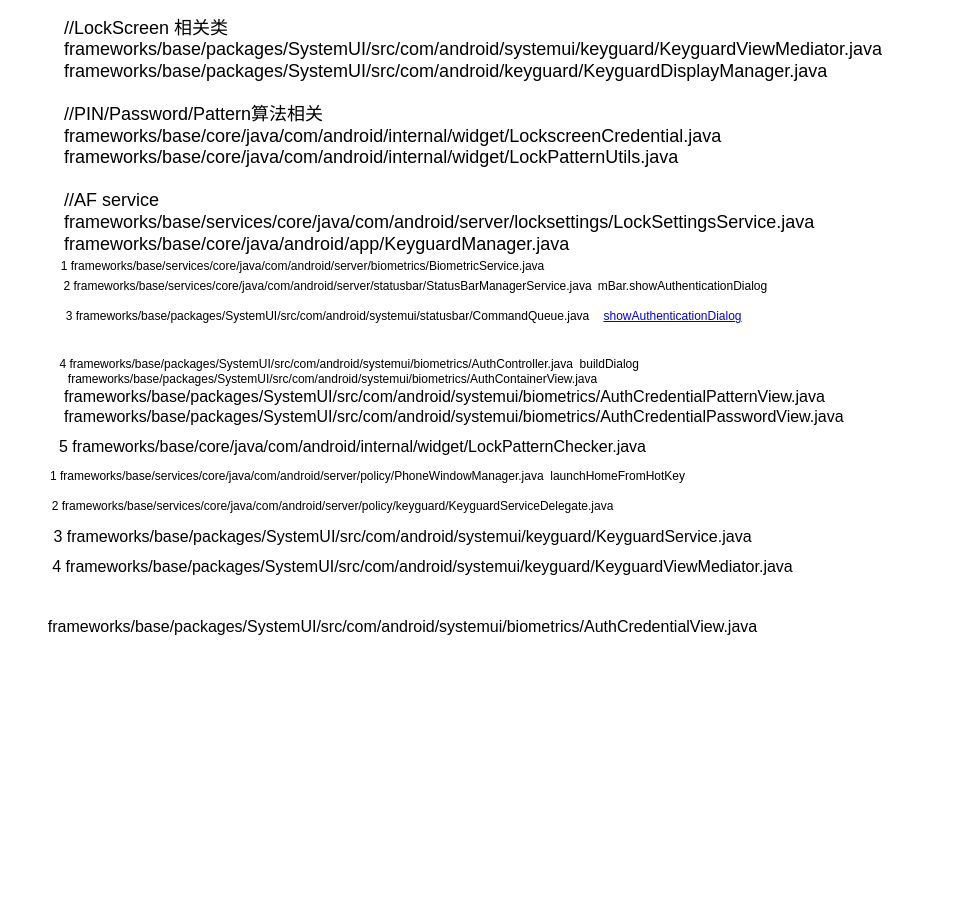
Above: page "Authentication" (4 of 14) of AF review.drawio in LBACK1912/chart (draw.io), before the change. Source tidied: cells renumbered, new cells numbered last; positions are measured from the earlier drawing's top-left corner, leaving out a move shared by most shapes. Both pictures are drawn from the tidied source at 100%, with x=0, y=0 at pixel (17, 56).
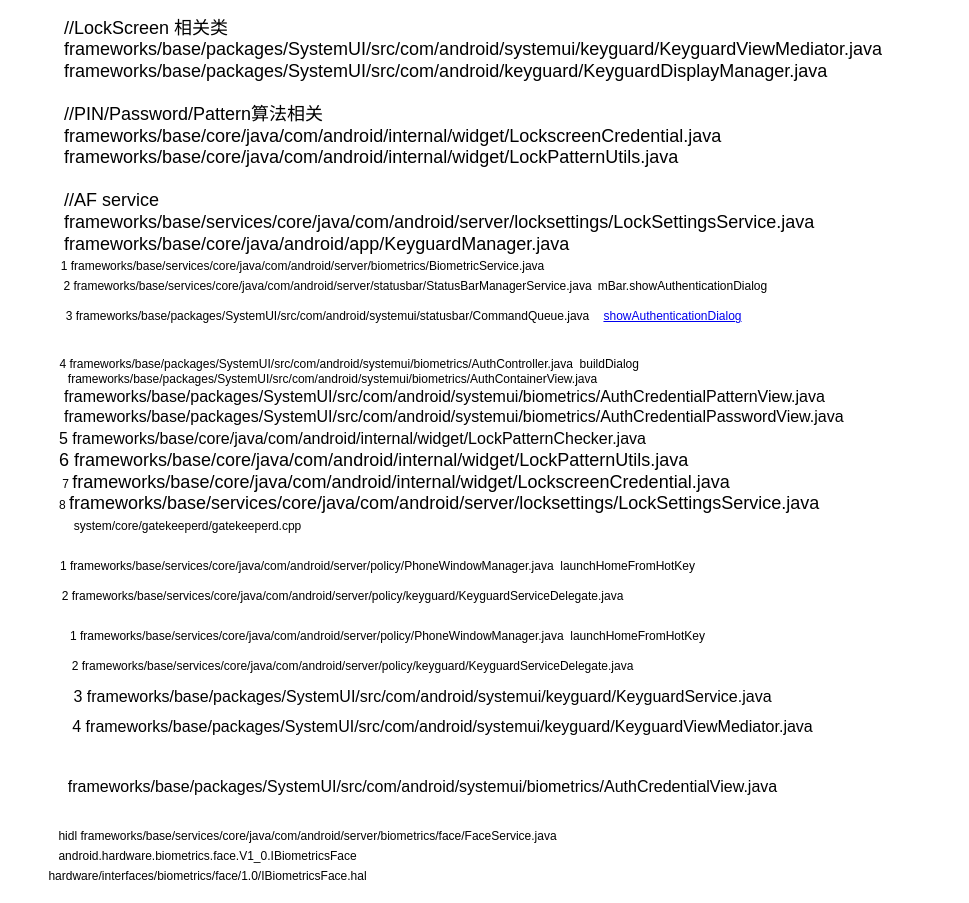
The same page after the edit.

Diff of the diagram source:
```diff
@@
-    <mxCell id="4" value="&lt;font style=&quot;font-size: 16px&quot;&gt;5 frameworks/base/core/java/com/android/internal/widget/LockPatternChecker.java&lt;/font&gt;" style="text;html=1;align=center;verticalAlign=middle;" parent="1" vertex="1">
-      <mxGeometry x="35" y="380" width="600" height="20" as="geometry" />
+    <mxCell id="4" value="&lt;div&gt;&lt;font style=&quot;font-size: 16px&quot;&gt;5 frameworks/base/core/java/com/android/internal/widget/LockPatternChecker.java&lt;/font&gt; &lt;font style=&quot;font-size: 18px&quot;&gt;&lt;br&gt;6 frameworks/base/core/java/com/android/internal/widget/LockPatternUtils.java&lt;/font&gt;&lt;/div&gt;&lt;div&gt;&amp;nbsp;7 &lt;font style=&quot;font-size: 18px&quot;&gt;frameworks/base/core/java/com/android/internal/widget/LockscreenCredential.java&lt;/font&gt; &lt;br&gt;&lt;/div&gt;&lt;div&gt;8 &lt;font style=&quot;font-size: 18px&quot;&gt;frameworks/base/services/core/java/com/android/server/locksettings/LockSettingsService.java&lt;/font&gt;&lt;/div&gt;" style="text;html=1;align=left;verticalAlign=middle;" parent="1" vertex="1">
+      <mxGeometry x="40" y="380" width="780" height="70" as="geometry" />
     </mxCell>
     <mxCell id="5" value="&lt;font style=&quot;font-size: 16px&quot;&gt;frameworks/base/packages/SystemUI/src/com/android/systemui/biometrics/AuthCredentialView.java&lt;/font&gt;" style="text;html=1;align=center;verticalAlign=middle;" parent="1" vertex="1">
-      <mxGeometry x="25" y="560" width="720" height="20" as="geometry" />
+      <mxGeometry x="45" y="720" width="720" height="20" as="geometry" />
     </mxCell>
     <mxCell id="6" value="&lt;font style=&quot;font-size: 16px&quot;&gt;3 frameworks/base/packages/SystemUI/src/com/android/systemui/keyguard/KeyguardService.java&lt;/font&gt;" style="text;html=1;align=center;verticalAlign=middle;" parent="1" vertex="1">
-      <mxGeometry x="30" y="470" width="710" height="20" as="geometry" />
+      <mxGeometry x="50" y="630" width="710" height="20" as="geometry" />
     </mxCell>
     <mxCell id="7" value="1 frameworks/base/services/core/java/com/android/server/policy/PhoneWindowManager.java&amp;nbsp; &lt;span class=&quot;cm-def&quot;&gt;launchHomeFromHotKey&lt;/span&gt;" style="text;html=1;align=center;verticalAlign=middle;" parent="1" vertex="1">
-      <mxGeometry x="25" y="410" width="650" height="20" as="geometry" />
+      <mxGeometry x="35" y="500" width="650" height="20" as="geometry" />
     </mxCell>
     <mxCell id="8" value="2 frameworks/base/services/core/java/com/android/server/policy/keyguard/KeyguardServiceDelegate.java" style="text;html=1;align=center;verticalAlign=middle;" parent="1" vertex="1">
-      <mxGeometry x="25" y="440" width="580" height="20" as="geometry" />
+      <mxGeometry x="35" y="530" width="580" height="20" as="geometry" />
     </mxCell>
@@
     <mxCell id="15" value="&lt;font style=&quot;font-size: 16px&quot;&gt;4 &lt;font style=&quot;font-size: 16px&quot;&gt;frameworks/base/packages/SystemUI/src/com/android/systemui/keyguard/KeyguardViewMediator.java&lt;/font&gt;&lt;/font&gt;" style="text;html=1;align=center;verticalAlign=middle;" parent="1" vertex="1">
-      <mxGeometry x="25" y="500" width="760" height="20" as="geometry" />
+      <mxGeometry x="45" y="660" width="760" height="20" as="geometry" />
     </mxCell>
+    <mxCell id="16" value="1 frameworks/base/services/core/java/com/android/server/policy/PhoneWindowManager.java&amp;nbsp; &lt;span class=&quot;cm-def&quot;&gt;launchHomeFromHotKey&lt;/span&gt;" style="text;html=1;align=center;verticalAlign=middle;" parent="1" vertex="1">
+      <mxGeometry x="45" y="570" width="650" height="20" as="geometry" />
+    </mxCell>
+    <mxCell id="17" value="2 frameworks/base/services/core/java/com/android/server/policy/keyguard/KeyguardServiceDelegate.java" style="text;html=1;align=center;verticalAlign=middle;" parent="1" vertex="1">
+      <mxGeometry x="45" y="600" width="580" height="20" as="geometry" />
+    </mxCell>
+    <mxCell id="18" value="system/core/gatekeeperd/gatekeeperd.cpp" style="text;html=1;align=center;verticalAlign=middle;" parent="1" vertex="1">
+      <mxGeometry x="50" y="460" width="240" height="20" as="geometry" />
+    </mxCell>
+    <mxCell id="19" value="hidl frameworks/base/services/core/java/com/android/server/biometrics/face/FaceService.java" style="text;html=1;align=center;verticalAlign=middle;" parent="1" vertex="1">
+      <mxGeometry x="35" y="770" width="510" height="20" as="geometry" />
+    </mxCell>
+    <mxCell id="20" value="android.hardware.biometrics.face.V1_0.IBiometricsFace" style="text;html=1;align=center;verticalAlign=middle;" parent="1" vertex="1">
+      <mxGeometry x="35" y="790" width="310" height="20" as="geometry" />
+    </mxCell>
+    <mxCell id="21" value="hardware/interfaces/biometrics/face/1.0/IBiometricsFace.hal" style="text;html=1;align=center;verticalAlign=middle;" parent="1" vertex="1">
+      <mxGeometry x="25" y="810" width="330" height="20" as="geometry" />
+    </mxCell>
```
